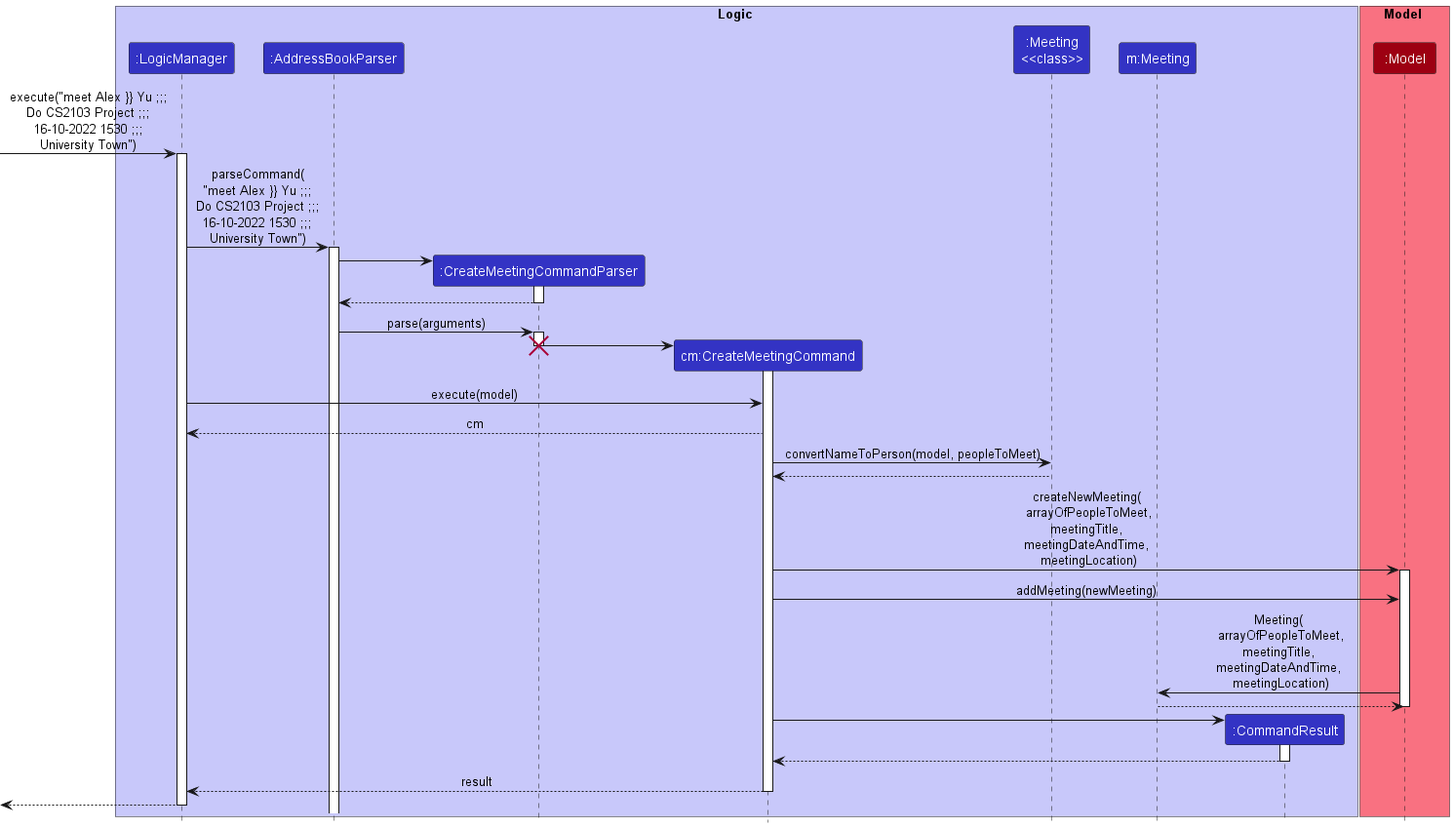
The PlantUML diagram docs/images/CreateMeetingSequenceDiagram.png in nus-cs2103-AY2223S1/tp, before a commit.
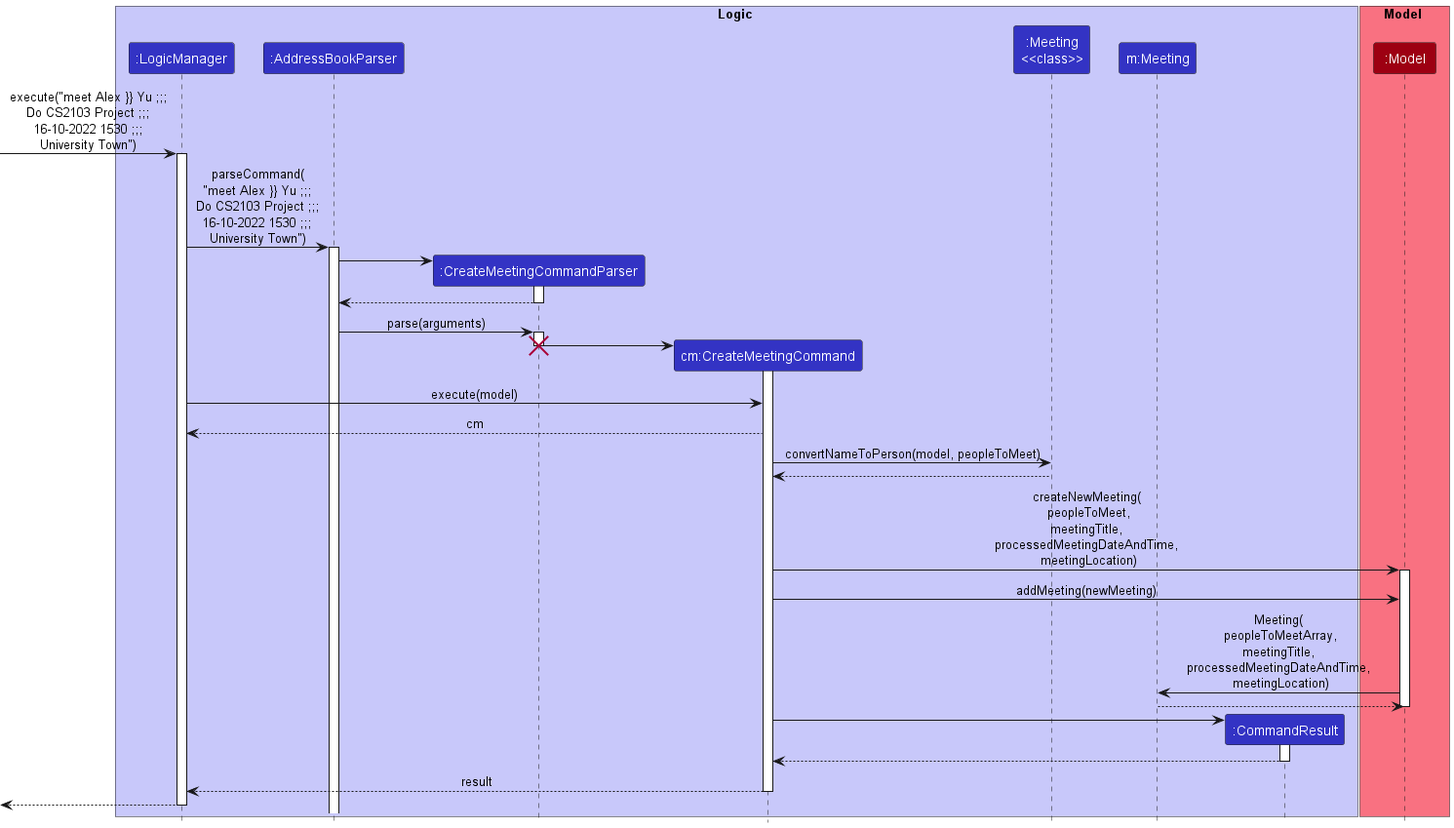
The same diagram one commit later.

Commit message:
Edit CreateMeetingSequenceDiagram to reflect latest changes

The edit, as a diff of the source:
```diff
@@ -43,10 +43,10 @@
 
 CreateMeetingCommand -> MeetingStatic : convertNameToPerson(model, peopleToMeet)
 CreateMeetingCommand <-- MeetingStatic :
-CreateMeetingCommand -> Model : createNewMeeting(\n arrayOfPeopleToMeet,\n meetingTitle, \n meetingDateAndTime, \n meetingLocation)
+CreateMeetingCommand -> Model : createNewMeeting(\n peopleToMeet,\n meetingTitle, \n processedMeetingDateAndTime, \n meetingLocation)
 activate Model
 CreateMeetingCommand -> Model : addMeeting(newMeeting)
-Model -> Meeting : Meeting(\n arrayOfPeopleToMeet,\n meetingTitle, \n meetingDateAndTime, \n meetingLocation)
+Model -> Meeting : Meeting(\n peopleToMeetArray,\n meetingTitle, \n processedMeetingDateAndTime, \n meetingLocation)
 Model <-- Meeting
 
 deactivate Model
```
